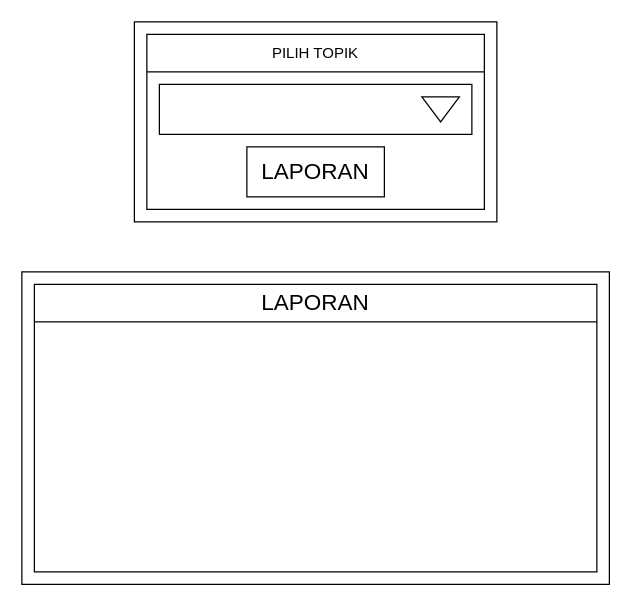
Earlier version of the draw.io diagram sketches/to laporan.drawio (halouthere233/skkerjakursus2021private). Source tidied: cells renumbered, new cells numbered last; positions are measured from the earlier drawing's top-left corner, leaving out a move shared by most shapes. Both pictures are drawn from the tidied source at 125%, with x=0, y=0 at pixel (21, 21).
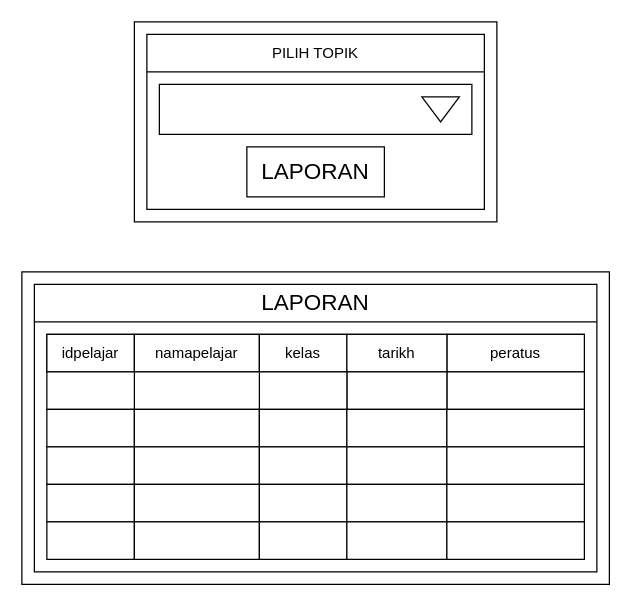
The same page after the edit.

What changed in the source:
```diff
@@
+    <mxCell id="13" style="rounded=0;whiteSpace=wrap;html=1;fontSize=18;" parent="1" vertex="1">
+      <mxGeometry x="20" y="250" width="430" height="30" as="geometry" />
+    </mxCell>
+    <mxCell id="14" value="idpelajar" style="rounded=0;whiteSpace=wrap;html=1;fontSize=12;" parent="1" vertex="1">
+      <mxGeometry x="20" y="250" width="70" height="30" as="geometry" />
+    </mxCell>
+    <mxCell id="15" value="namapelajar" style="rounded=0;whiteSpace=wrap;html=1;fontSize=12;" parent="1" vertex="1">
+      <mxGeometry x="90" y="250" width="100" height="30" as="geometry" />
+    </mxCell>
+    <mxCell id="16" value="kelas" style="rounded=0;whiteSpace=wrap;html=1;fontSize=12;" parent="1" vertex="1">
+      <mxGeometry x="190" y="250" width="70" height="30" as="geometry" />
+    </mxCell>
+    <mxCell id="17" value="peratus" style="rounded=0;whiteSpace=wrap;html=1;fontSize=12;" parent="1" vertex="1">
+      <mxGeometry x="340" y="250" width="110" height="30" as="geometry" />
+    </mxCell>
+    <mxCell id="18" value="tarikh" style="rounded=0;whiteSpace=wrap;html=1;fontSize=12;" parent="1" vertex="1">
+      <mxGeometry x="260" y="250" width="80" height="30" as="geometry" />
+    </mxCell>
+    <mxCell id="19" style="rounded=0;whiteSpace=wrap;html=1;fontSize=12;" parent="1" vertex="1">
+      <mxGeometry x="340" y="280" width="110" height="30" as="geometry" />
+    </mxCell>
+    <mxCell id="20" style="rounded=0;whiteSpace=wrap;html=1;fontSize=12;" parent="1" vertex="1">
+      <mxGeometry x="260" y="280" width="80" height="30" as="geometry" />
+    </mxCell>
+    <mxCell id="21" style="rounded=0;whiteSpace=wrap;html=1;fontSize=12;" parent="1" vertex="1">
+      <mxGeometry x="190" y="280" width="70" height="30" as="geometry" />
+    </mxCell>
+    <mxCell id="22" style="rounded=0;whiteSpace=wrap;html=1;fontSize=12;" parent="1" vertex="1">
+      <mxGeometry x="90" y="280" width="100" height="30" as="geometry" />
+    </mxCell>
+    <mxCell id="23" style="rounded=0;whiteSpace=wrap;html=1;fontSize=12;" parent="1" vertex="1">
+      <mxGeometry x="20" y="280" width="70" height="30" as="geometry" />
+    </mxCell>
+    <mxCell id="24" style="rounded=0;whiteSpace=wrap;html=1;fontSize=12;" parent="1" vertex="1">
+      <mxGeometry x="20" y="310" width="70" height="30" as="geometry" />
+    </mxCell>
+    <mxCell id="25" style="rounded=0;whiteSpace=wrap;html=1;fontSize=12;" parent="1" vertex="1">
+      <mxGeometry x="90" y="310" width="100" height="30" as="geometry" />
+    </mxCell>
+    <mxCell id="26" style="rounded=0;whiteSpace=wrap;html=1;fontSize=12;" parent="1" vertex="1">
+      <mxGeometry x="190" y="310" width="70" height="30" as="geometry" />
+    </mxCell>
+    <mxCell id="27" style="rounded=0;whiteSpace=wrap;html=1;fontSize=12;" parent="1" vertex="1">
+      <mxGeometry x="260" y="310" width="80" height="30" as="geometry" />
+    </mxCell>
+    <mxCell id="28" style="rounded=0;whiteSpace=wrap;html=1;fontSize=12;" parent="1" vertex="1">
+      <mxGeometry x="340" y="310" width="110" height="30" as="geometry" />
+    </mxCell>
+    <mxCell id="29" style="rounded=0;whiteSpace=wrap;html=1;fontSize=12;" parent="1" vertex="1">
+      <mxGeometry x="20" y="340" width="70" height="30" as="geometry" />
+    </mxCell>
+    <mxCell id="30" style="rounded=0;whiteSpace=wrap;html=1;fontSize=12;" parent="1" vertex="1">
+      <mxGeometry x="90" y="340" width="100" height="30" as="geometry" />
+    </mxCell>
+    <mxCell id="31" style="rounded=0;whiteSpace=wrap;html=1;fontSize=12;" parent="1" vertex="1">
+      <mxGeometry x="190" y="340" width="70" height="30" as="geometry" />
+    </mxCell>
+    <mxCell id="32" style="rounded=0;whiteSpace=wrap;html=1;fontSize=12;" parent="1" vertex="1">
+      <mxGeometry x="260" y="340" width="80" height="30" as="geometry" />
+    </mxCell>
+    <mxCell id="33" style="rounded=0;whiteSpace=wrap;html=1;fontSize=12;" parent="1" vertex="1">
+      <mxGeometry x="340" y="340" width="110" height="30" as="geometry" />
+    </mxCell>
+    <mxCell id="34" style="rounded=0;whiteSpace=wrap;html=1;fontSize=12;" parent="1" vertex="1">
+      <mxGeometry x="20" y="370" width="70" height="30" as="geometry" />
+    </mxCell>
+    <mxCell id="35" style="rounded=0;whiteSpace=wrap;html=1;fontSize=12;" parent="1" vertex="1">
+      <mxGeometry x="90" y="370" width="100" height="30" as="geometry" />
+    </mxCell>
+    <mxCell id="36" style="rounded=0;whiteSpace=wrap;html=1;fontSize=12;" parent="1" vertex="1">
+      <mxGeometry x="190" y="370" width="70" height="30" as="geometry" />
+    </mxCell>
+    <mxCell id="37" style="rounded=0;whiteSpace=wrap;html=1;fontSize=12;" parent="1" vertex="1">
+      <mxGeometry x="260" y="370" width="80" height="30" as="geometry" />
+    </mxCell>
+    <mxCell id="38" style="rounded=0;whiteSpace=wrap;html=1;fontSize=12;" parent="1" vertex="1">
+      <mxGeometry x="340" y="370" width="110" height="30" as="geometry" />
+    </mxCell>
+    <mxCell id="39" style="rounded=0;whiteSpace=wrap;html=1;fontSize=12;" parent="1" vertex="1">
+      <mxGeometry x="20" y="400" width="70" height="30" as="geometry" />
+    </mxCell>
+    <mxCell id="40" style="rounded=0;whiteSpace=wrap;html=1;fontSize=12;" parent="1" vertex="1">
+      <mxGeometry x="90" y="400" width="100" height="30" as="geometry" />
+    </mxCell>
+    <mxCell id="41" style="rounded=0;whiteSpace=wrap;html=1;fontSize=12;" parent="1" vertex="1">
+      <mxGeometry x="190" y="400" width="70" height="30" as="geometry" />
+    </mxCell>
+    <mxCell id="42" style="rounded=0;whiteSpace=wrap;html=1;fontSize=12;" parent="1" vertex="1">
+      <mxGeometry x="260" y="400" width="80" height="30" as="geometry" />
+    </mxCell>
+    <mxCell id="43" style="rounded=0;whiteSpace=wrap;html=1;fontSize=12;" parent="1" vertex="1">
+      <mxGeometry x="340" y="400" width="110" height="30" as="geometry" />
+    </mxCell>
```
